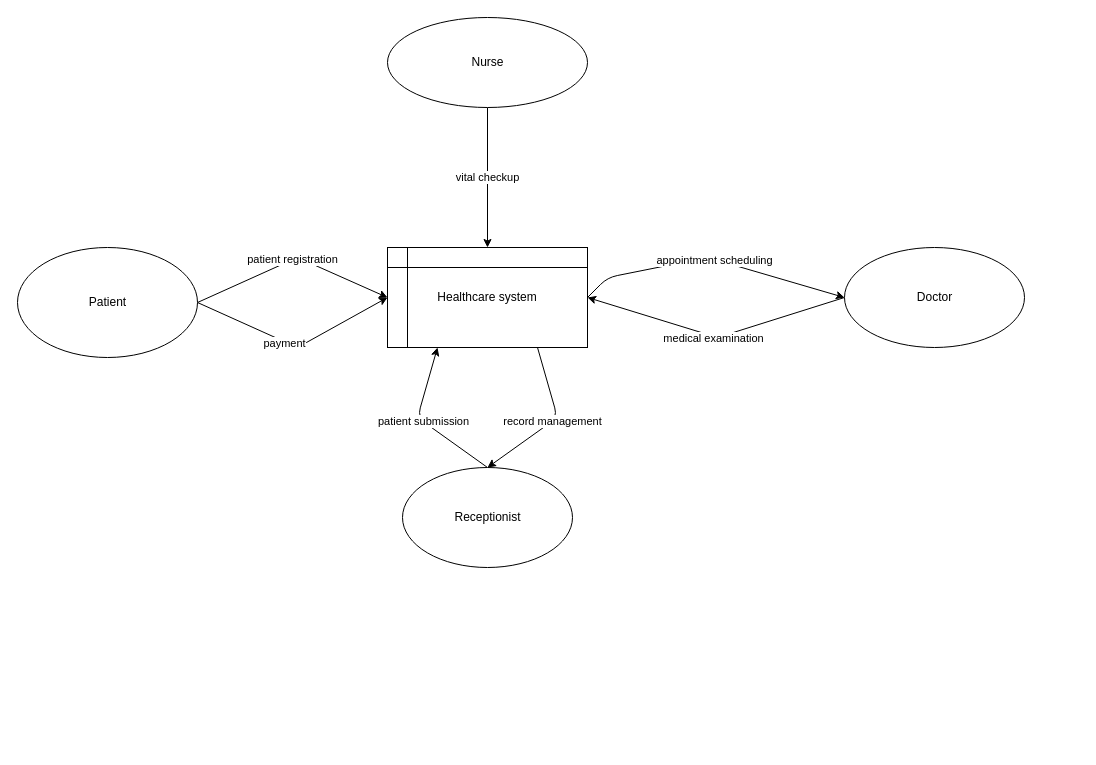
Before: levelzeroDFD.drawio in srssina/Healthcare_Database_system, a draw.io diagram. Source tidied: cells renumbered, new cells numbered last; positions are measured from the earlier drawing's top-left corner, leaving out a move shared by most shapes. Both pictures are drawn from the tidied source at 100%, with x=0, y=0 at pixel (17, 17).
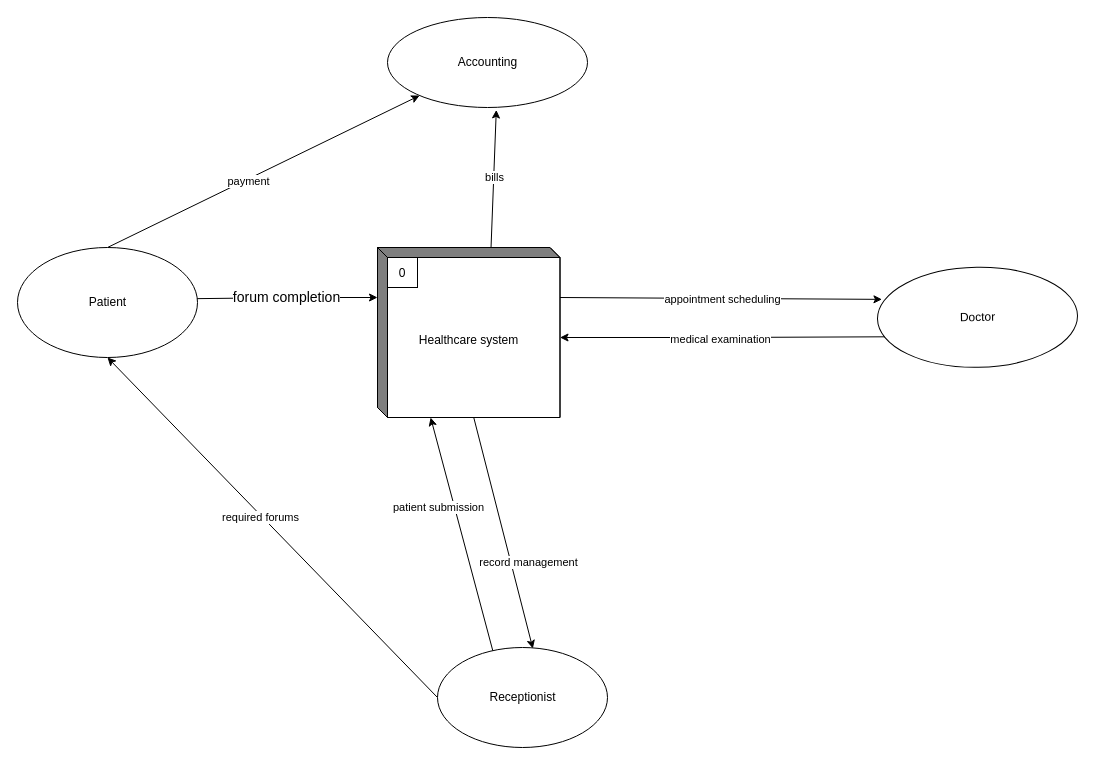
The same diagram, later.

The change refers to these unchanged cells:
```xml
<mxCell id="11" value="Patient" style="shape=ellipse;html=1;dashed=0;whitespace=wrap;perimeter=ellipsePerimeter;rounded=0;strokeColor=default;fillColor=default;gradientColor=none;" parent="1" vertex="1">
  <mxGeometry y="230" width="180" height="110" as="geometry" />
</mxCell>
```

The edit, as a diff of the source:
```diff
@@
-    <mxCell id="2" value="appointment scheduling" style="edgeStyle=none;html=1;entryX=0;entryY=0.5;entryDx=0;entryDy=0;exitX=1;exitY=0.5;exitDx=0;exitDy=0;" parent="1" edge="1" source="4" target="6">
-      <mxGeometry x="0.01" y="-1" relative="1" as="geometry">
-        <Array as="points">
-          <mxPoint x="590" y="260" />
-          <mxPoint x="690" y="240" />
-        </Array>
-      </mxGeometry>
+    <mxCell id="2" value="appointment scheduling" style="edgeStyle=none;html=1;entryX=0.024;entryY=0.304;entryDx=0;entryDy=0;entryPerimeter=0;exitX=0;exitY=0;exitDx=182.5;exitDy=50;exitPerimeter=0;" parent="1" edge="1" source="4" target="6">
+      <mxGeometry x="0.01" y="-1" relative="1" as="geometry" />
     </mxCell>
-    <mxCell id="3" value="record management" style="edgeStyle=none;html=1;exitX=0.75;exitY=1;exitDx=0;exitDy=0;entryX=0.5;entryY=0;entryDx=0;entryDy=0;" parent="1" edge="1" source="4" target="13">
-      <mxGeometry relative="1" as="geometry">
-        <Array as="points">
-          <mxPoint x="540" y="400" />
-        </Array>
-      </mxGeometry>
+    <mxCell id="3" value="record management" style="edgeStyle=none;html=1;exitX=0;exitY=0;exitDx=96.25;exitDy=170;exitPerimeter=0;entryX=0.561;entryY=0.01;entryDx=0;entryDy=0;entryPerimeter=0;" parent="1" edge="1" source="4" target="13">
+      <mxGeometry x="0.29" y="17" relative="1" as="geometry" />
     </mxCell>
-    <mxCell id="4" value="Healthcare system" style="shape=internalStorage;whiteSpace=wrap;html=1;backgroundOutline=1;gradientColor=none;" parent="1" vertex="1">
-      <mxGeometry x="370" y="230" width="200" height="100" as="geometry" />
-    </mxCell>
-    <mxCell id="5" value="medical examination" style="edgeStyle=none;html=1;exitX=0;exitY=0.5;exitDx=0;exitDy=0;entryX=1;entryY=0.5;entryDx=0;entryDy=0;" parent="1" edge="1" source="6" target="4">
+    <mxCell id="5" value="medical examination" style="edgeStyle=none;html=1;exitX=0.042;exitY=0.679;exitDx=0;exitDy=0;entryX=0;entryY=0;entryDx=182.5;entryDy=90;entryPerimeter=0;exitPerimeter=0;" parent="1" edge="1" source="6" target="4">
       <mxGeometry x="0.02" y="2" relative="1" as="geometry">
         <Array as="points">
           <mxPoint x="700" y="320" />
         </Array>
       </mxGeometry>
     </mxCell>
-    <mxCell id="6" value="Doctor" style="shape=ellipse;html=1;dashed=0;whitespace=wrap;perimeter=ellipsePerimeter;rounded=0;strokeColor=default;fillColor=default;gradientColor=none;" parent="1" vertex="1">
-      <mxGeometry x="827" y="230" width="180" height="100" as="geometry" />
+    <mxCell id="6" value="Doctor" style="shape=ellipse;html=1;dashed=0;whitespace=wrap;perimeter=ellipsePerimeter;rounded=0;strokeColor=default;fillColor=default;gradientColor=none;rotation=-1;" parent="1" vertex="1">
+      <mxGeometry x="860" y="249.8" width="200" height="100" as="geometry" />
     </mxCell>
-    <mxCell id="7" value="vital checkup" style="edgeStyle=none;html=1;exitX=0.5;exitY=1;exitDx=0;exitDy=0;entryX=0.5;entryY=0;entryDx=0;entryDy=0;" parent="1" edge="1" source="8" target="4">
-      <mxGeometry relative="1" as="geometry" />
+    <mxCell id="7" value="bills" style="edgeStyle=none;html=1;exitX=0.622;exitY=0.004;exitDx=0;exitDy=0;entryX=0.544;entryY=1.027;entryDx=0;entryDy=0;exitPerimeter=0;entryPerimeter=0;" parent="1" edge="1" source="4" target="8">
+      <mxGeometry x="0.02" y="-1" relative="1" as="geometry" />
     </mxCell>
-    <mxCell id="8" value="Nurse" style="shape=ellipse;html=1;dashed=0;whitespace=wrap;perimeter=ellipsePerimeter;rounded=0;strokeColor=default;fillColor=default;gradientColor=none;" parent="1" vertex="1">
+    <mxCell id="8" value="Accounting" style="shape=ellipse;html=1;dashed=0;whitespace=wrap;perimeter=ellipsePerimeter;rounded=0;strokeColor=default;fillColor=default;gradientColor=none;" parent="1" vertex="1">
       <mxGeometry x="370" width="200" height="90" as="geometry" />
     </mxCell>
-    <mxCell id="9" value="patient registration" style="edgeStyle=none;html=1;exitX=1;exitY=0.5;exitDx=0;exitDy=0;entryX=0;entryY=0.5;entryDx=0;entryDy=0;" parent="1" edge="1" source="11" target="4">
+    <mxCell id="9" value="&lt;span style=&quot;font-size: 14px;&quot;&gt;forum completion&lt;/span&gt;" style="edgeStyle=none;html=1;exitX=0.997;exitY=0.465;exitDx=0;exitDy=0;entryX=0;entryY=0;entryDx=0;entryDy=50;entryPerimeter=0;exitPerimeter=0;" parent="1" edge="1" source="11" target="4">
       <mxGeometry relative="1" as="geometry">
         <Array as="points">
-          <mxPoint x="280" y="240" />
+          <mxPoint x="280" y="280" />
         </Array>
       </mxGeometry>
     </mxCell>
-    <mxCell id="10" value="payment" style="edgeStyle=none;html=1;exitX=1;exitY=0.5;exitDx=0;exitDy=0;entryX=0;entryY=0.5;entryDx=0;entryDy=0;" parent="1" edge="1" source="11" target="4">
-      <mxGeometry x="-0.1" y="-2" relative="1" as="geometry">
-        <Array as="points">
-          <mxPoint x="280" y="330" />
-        </Array>
-      </mxGeometry>
+    <mxCell id="10" value="payment" style="edgeStyle=none;html=1;exitX=0.5;exitY=0;exitDx=0;exitDy=0;" parent="1" edge="1" source="11" target="8">
+      <mxGeometry x="-0.1" y="-2" relative="1" as="geometry" />
     </mxCell>
@@
-    <mxCell id="12" value="patient submission" style="edgeStyle=none;html=1;exitX=0.5;exitY=0;exitDx=0;exitDy=0;entryX=0.25;entryY=1;entryDx=0;entryDy=0;" parent="1" edge="1" source="13" target="4">
-      <mxGeometry relative="1" as="geometry">
-        <Array as="points">
-          <mxPoint x="400" y="400" />
-        </Array>
+    <mxCell id="12" value="patient submission" style="edgeStyle=none;html=1;exitX=0.328;exitY=0.049;exitDx=0;exitDy=0;entryX=0;entryY=0;entryDx=53.125;entryDy=170;entryPerimeter=0;exitPerimeter=0;" parent="1" edge="1" source="13" target="4">
+      <mxGeometry x="0.27" y="17" relative="1" as="geometry">
+        <mxPoint x="1" as="offset" />
       </mxGeometry>
     </mxCell>
+    <mxCell id="14" style="edgeStyle=none;html=1;exitX=0;exitY=0.5;exitDx=0;exitDy=0;entryX=0.5;entryY=1;entryDx=0;entryDy=0;" parent="1" edge="1" source="13" target="11">
+      <mxGeometry relative="1" as="geometry" />
+    </mxCell>
+    <mxCell id="15" value="required forums" style="edgeLabel;html=1;align=center;verticalAlign=middle;" parent="14" vertex="1">
+      <mxGeometry x="0.07" y="2" relative="1" as="geometry" />
+    </mxCell>
     <mxCell id="13" value="Receptionist" style="shape=ellipse;html=1;dashed=0;whitespace=wrap;perimeter=ellipsePerimeter;rounded=0;strokeColor=default;fillColor=default;gradientColor=none;" parent="1" vertex="1">
-      <mxGeometry x="385" y="450" width="170" height="100" as="geometry" />
+      <mxGeometry x="420" y="630" width="170" height="100" as="geometry" />
     </mxCell>
+    <mxCell id="4" value="&lt;br&gt;Healthcare system" style="html=1;dashed=0;whitespace=wrap;shape=mxgraph.dfd.externalEntity;" parent="1" vertex="1">
+      <mxGeometry x="360" y="230" width="182.5" height="170" as="geometry" />
+    </mxCell>
+    <mxCell id="16" value="0" style="strokeColor=inherit;fillColor=inherit;gradientColor=inherit;" parent="4" vertex="1">
+      <mxGeometry width="30" height="30" relative="1" as="geometry">
+        <mxPoint x="10" y="10" as="offset" />
+      </mxGeometry>
+    </mxCell>
```
